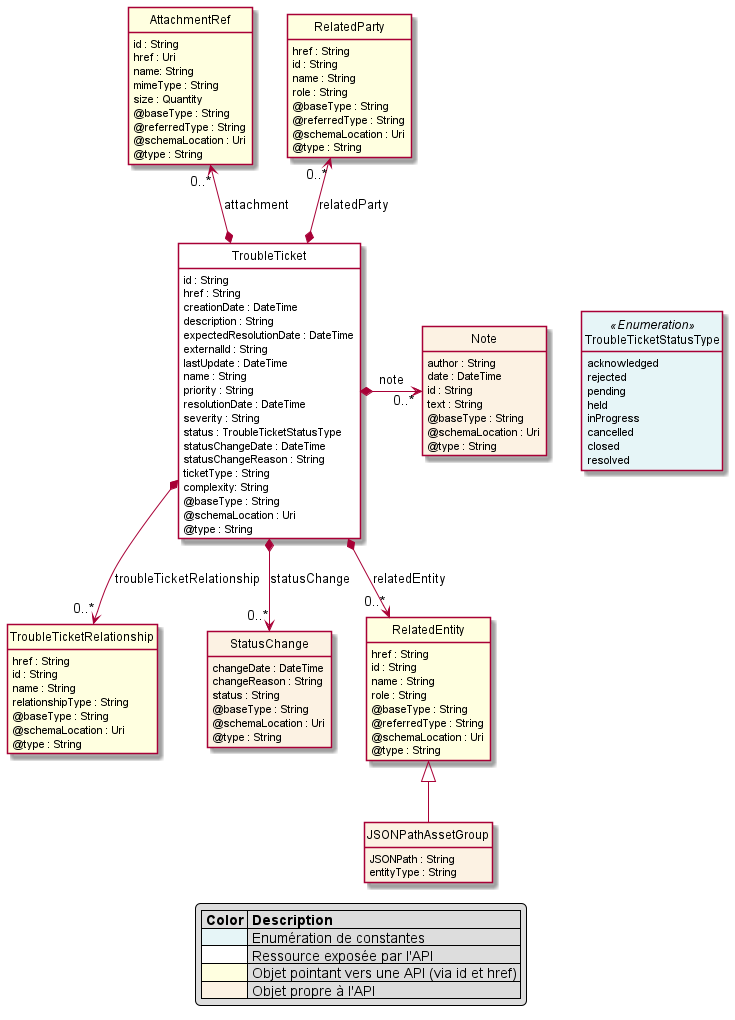
Above: image/model.png in before-interop/ticketing (PlantUML), before the change. Its diagram source:
```plantuml
@startuml
hide circle
hide methods
hide stereotype
show <<Enumeration>> stereotype
skinparam class {
   BackgroundColor<<Enumeration>> #E6F5F7
   BackgroundColor<<Ref>> #FFFFE0
   BackgroundColor<<Pivot>> #FFFFFFF
   BackgroundColor #FCF2E3
}

class TroubleTicket  <<Pivot>> {
    id : String
    href : String
    creationDate : DateTime
    description : String
    expectedResolutionDate : DateTime
    externalId : String
    lastUpdate : DateTime
    name : String
    priority : String
    resolutionDate : DateTime
    severity : String
    status : TroubleTicketStatusType
    statusChangeDate : DateTime
    statusChangeReason : String
    ticketType : String
    complexity: String
    @baseType : String
    @schemaLocation : Uri
    @type : String
}

class JSONPathAssetGroup {
    JSONPath : String
    entityType : String
}

class TroubleTicketStatusType <<Enumeration>> {
    acknowledged
    rejected
    pending
    held
    inProgress
    cancelled
    closed
    resolved
}

class Note  {
    author : String
    date : DateTime
    id : String
    text : String
    @baseType : String
    @schemaLocation : Uri
    @type : String
}

class TroubleTicketRelationship  <<Ref>> {
    href : String
    id : String
    name : String
    relationshipType : String
    @baseType : String
    @schemaLocation : Uri
    @type : String
}

class AttachmentRef <<Ref>>  {
    id : String
    href : Uri
    name: String
    mimeType : String
    size : Quantity
    @baseType : String
    @referredType : String
    @schemaLocation : Uri
    @type : String
}

class StatusChange  {
    changeDate : DateTime
    changeReason : String
    status : String
    @baseType : String
    @schemaLocation : Uri
    @type : String
}

class RelatedEntity <<Ref>> {
    href : String
    id : String
    name : String
    role : String
    @baseType : String
    @referredType : String
    @schemaLocation : Uri
    @type : String
}

class RelatedParty <<Ref>>  {
    href : String
    id : String
    name : String
    role : String
    @baseType : String
    @referredType : String
    @schemaLocation : Uri
    @type : String
}

TroubleTicket -right[hidden]-> TroubleTicketStatusType

Note "0..*" <-left-* TroubleTicket : note

AttachmentRef "0..*" <--* TroubleTicket : attachment

RelatedParty "0..*" <--* TroubleTicket : relatedParty

TroubleTicket *-->  "0..*" StatusChange : statusChange

TroubleTicket *-->  "0..*" TroubleTicketRelationship : troubleTicketRelationship

TroubleTicket *-->  "0..*" RelatedEntity : relatedEntity

RelatedEntity <|-- JSONPathAssetGroup

legend
    |= Color |= Description |
    |<#E6F5F7>| Enumération de constantes|
    |<#FFFFFF>| Ressource exposée par l'API |
    |<#FFFFE0>| Objet pointant vers une API (via id et href) |
    |<#FCF2E3>| Objet propre à l'API  |
endlegend

@enduml
```
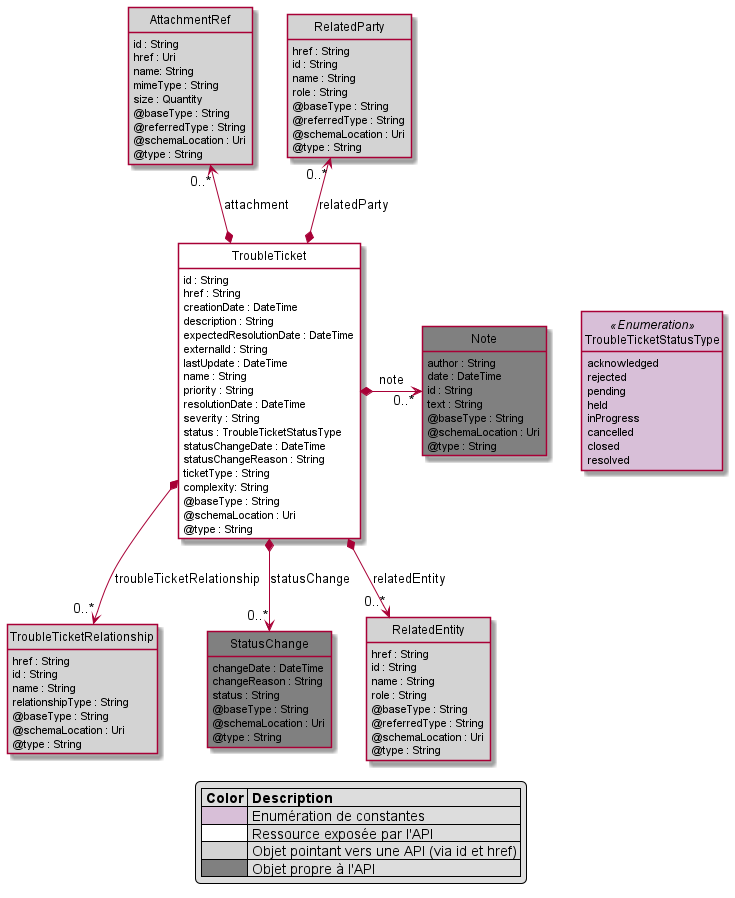
The same file after the commit.

Diff of the diagram source:
```diff
@@ -4,10 +4,10 @@
 hide stereotype
 show <<Enumeration>> stereotype
 skinparam class {
-   BackgroundColor<<Enumeration>> #E6F5F7
-   BackgroundColor<<Ref>> #FFFFE0
+   BackgroundColor<<Enumeration>> #Thistle
+   BackgroundColor<<Ref>> #LightGrey
    BackgroundColor<<Pivot>> #FFFFFFF
-   BackgroundColor #FCF2E3
+   BackgroundColor #Grey
 }
 
 class TroubleTicket  <<Pivot>> {
@@ -30,11 +30,6 @@
     @baseType : String
     @schemaLocation : Uri
     @type : String
-}
-
-class JSONPathAssetGroup {
-    JSONPath : String
-    entityType : String
 }
 
 class TroubleTicketStatusType <<Enumeration>> {
@@ -125,14 +120,12 @@
 
 TroubleTicket *-->  "0..*" RelatedEntity : relatedEntity
 
-RelatedEntity <|-- JSONPathAssetGroup
-
 legend
     |= Color |= Description |
-    |<#E6F5F7>| Enumération de constantes|
+    |<#Thistle>| Enumération de constantes|
     |<#FFFFFF>| Ressource exposée par l'API |
-    |<#FFFFE0>| Objet pointant vers une API (via id et href) |
-    |<#FCF2E3>| Objet propre à l'API  |
+    |<#LightGrey>| Objet pointant vers une API (via id et href) |
+    |<#Grey>| Objet propre à l'API  |
 endlegend
 
 @enduml
```
